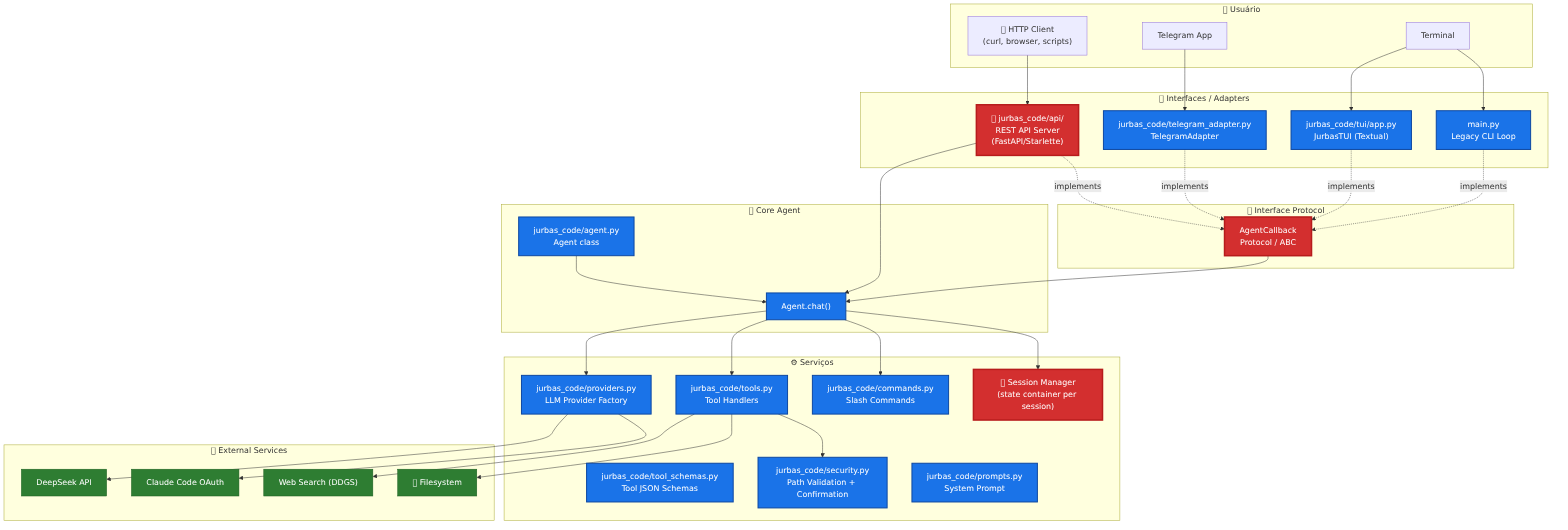
Earlier version of the Mermaid export docs/architecture.png (jurbasgames/Jurbas-Code). Its source is kept beside it as docs/architecture.mmd.
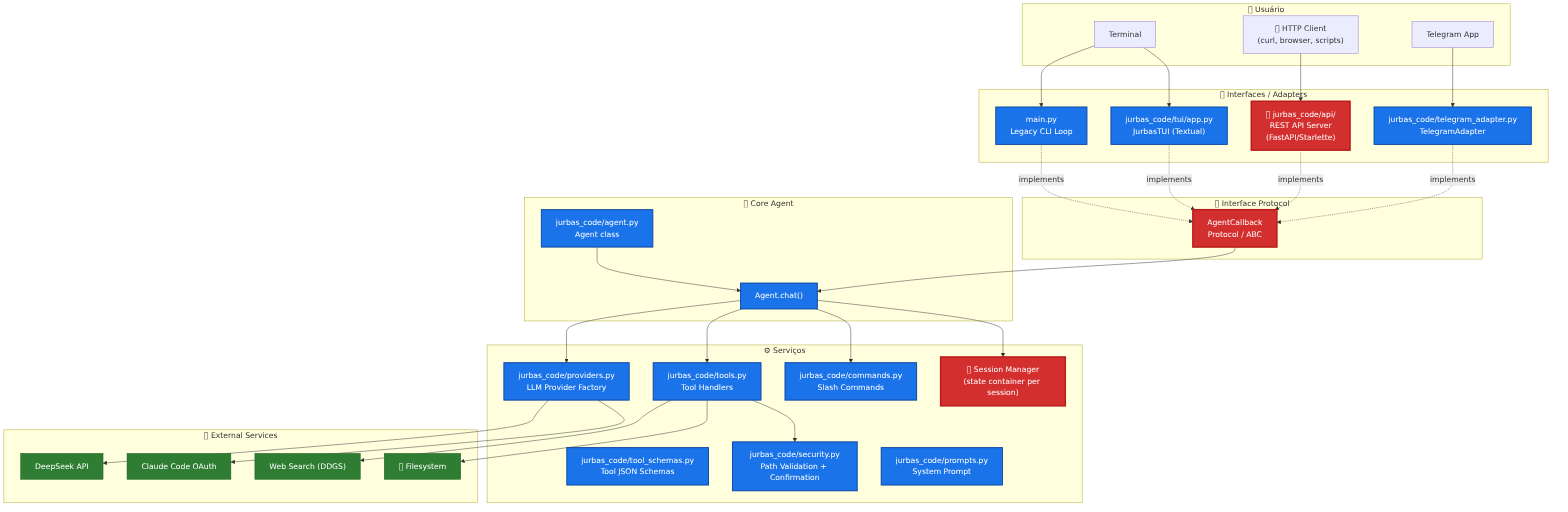
Above is the later version.

Commit message:
fix: interfaces only through Protocol, no direct paths to Agent

The edit, as a diff of the source:
```diff
@@ -50,7 +50,6 @@
     API -.->|implements| PROTO
 
     PROTO --> AGENT_CHAT
-    API --> AGENT_CHAT
 
     AGENT --> AGENT_CHAT
     AGENT_CHAT --> PROV
```
